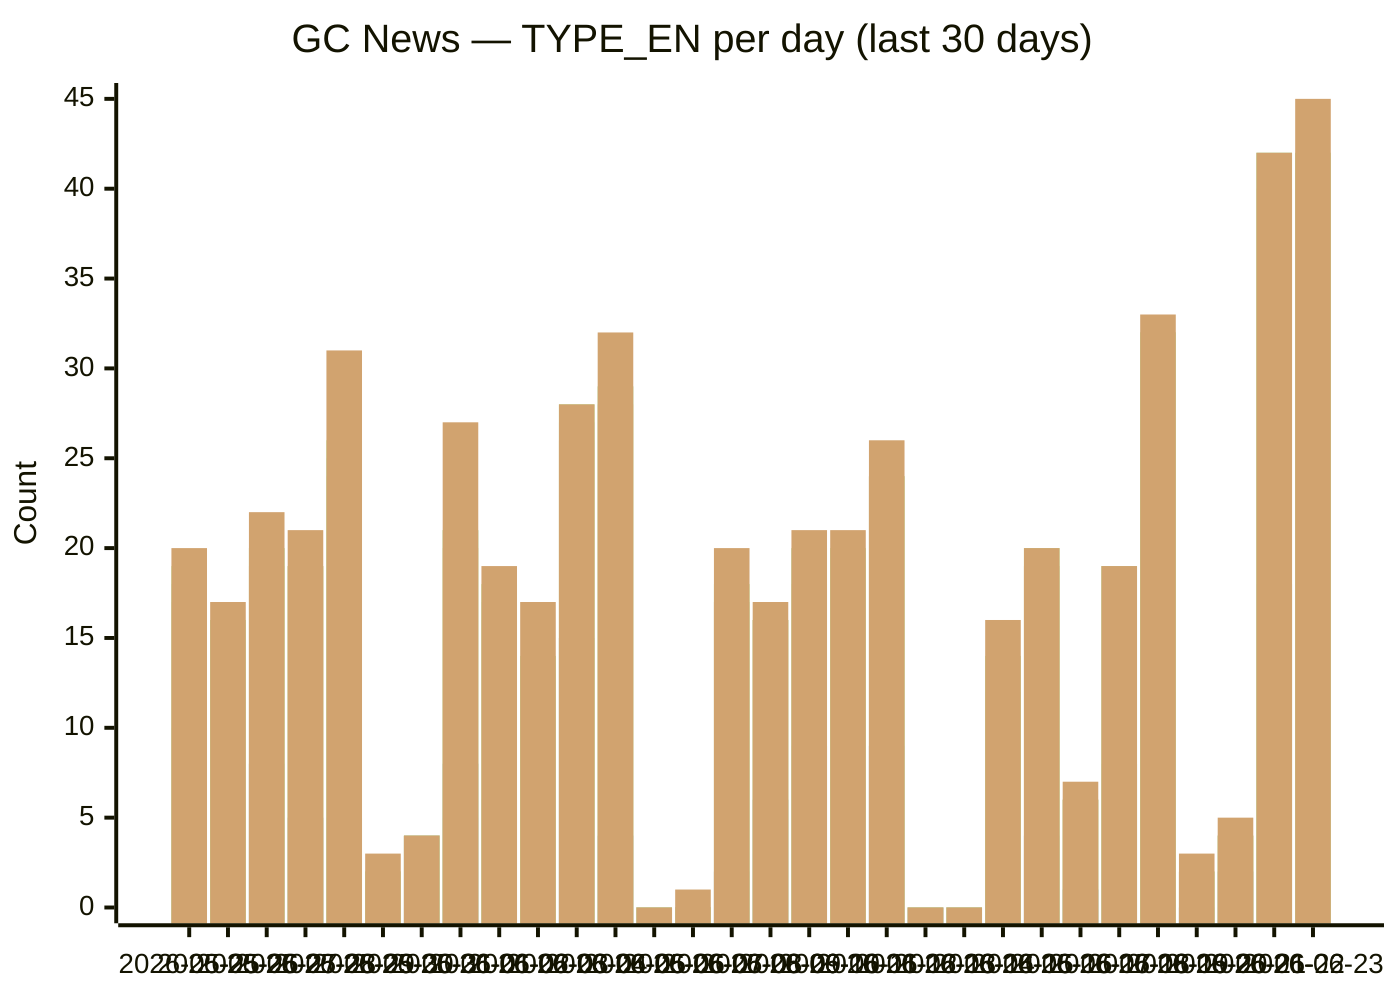
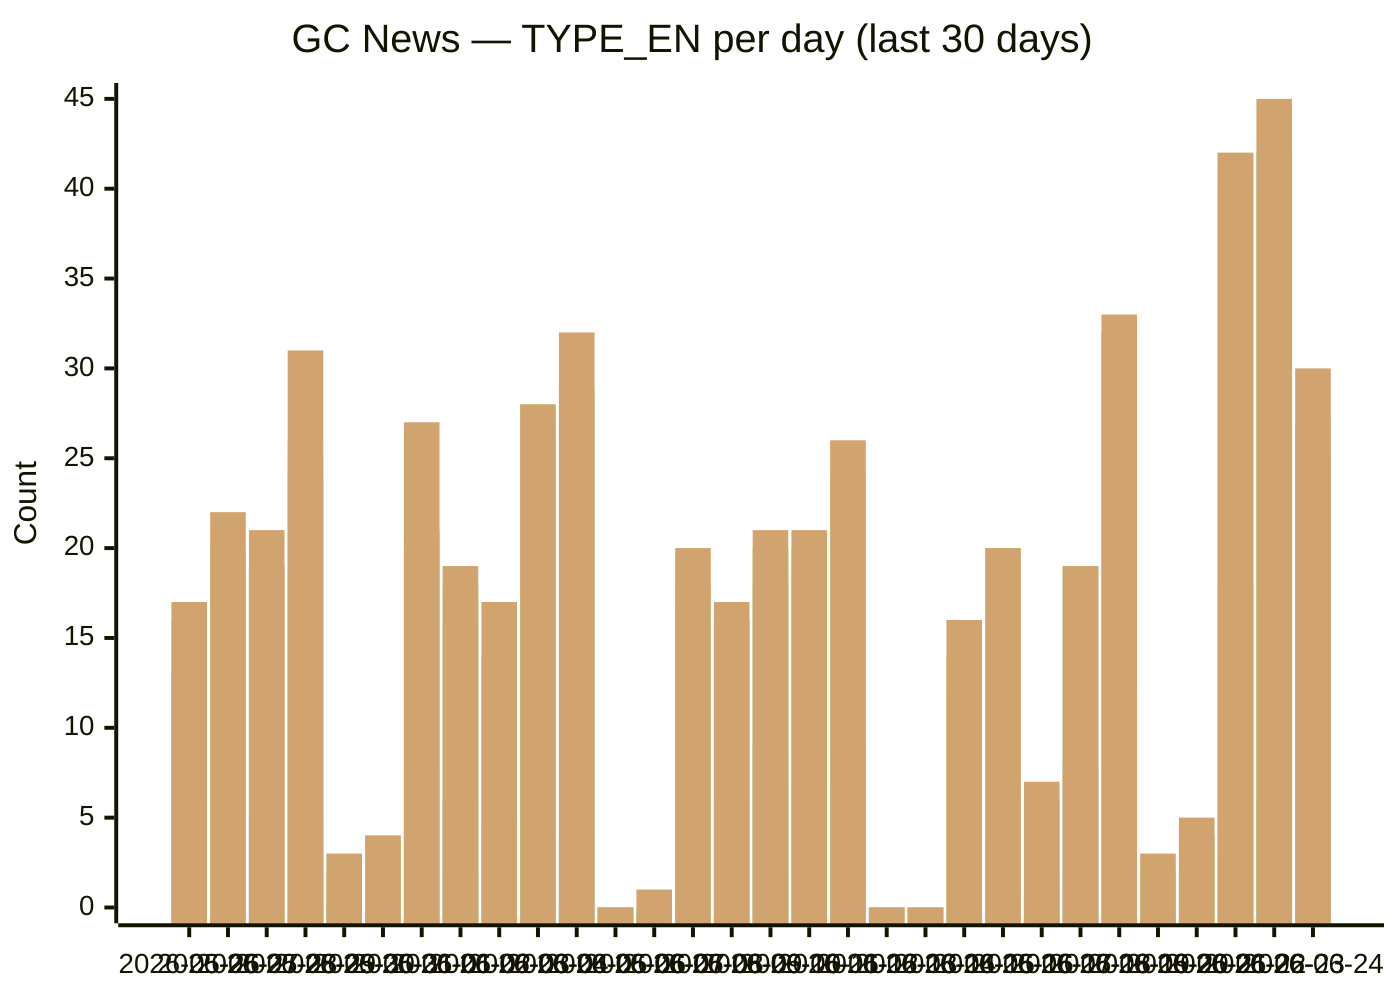
xychart-beta
  title "GC News — TYPE_EN per day (last 30 days)"
-   x-axis [2026-05-25, 2026-05-26, 2026-05-27, 2026-05-28, 2026-05-29, 2026-05-30, 2026-05-31, 2026-06-01, 2026-06-02, 2026-06-03, 2026-06-04, 2026-06-05, 2026-06-06, 2026-06-07, 2026-06-08, 2026-06-09, 2026-06-10, 2026-06-11, 2026-06-12, 2026-06-13, 2026-06-14, 2026-06-15, 2026-06-16, 2026-06-17, 2026-06-18, 2026-06-19, 2026-06-20, 2026-06-21, 2026-06-22, 2026-06-23]
+   x-axis [2026-05-26, 2026-05-27, 2026-05-28, 2026-05-29, 2026-05-30, 2026-05-31, 2026-06-01, 2026-06-02, 2026-06-03, 2026-06-04, 2026-06-05, 2026-06-06, 2026-06-07, 2026-06-08, 2026-06-09, 2026-06-10, 2026-06-11, 2026-06-12, 2026-06-13, 2026-06-14, 2026-06-15, 2026-06-16, 2026-06-17, 2026-06-18, 2026-06-19, 2026-06-20, 2026-06-21, 2026-06-22, 2026-06-23, 2026-06-24]
  y-axis "Count" 0 --> 45
-   bar backgrounders [6, 1, 4, 1, 1, 0, 0, 5, 2, 2, 2, 0, 0, 0, 0, 3, 2, 0, 3, 0, 0, 2, 3, 1, 2, 2, 0, 0, 3, 6]
-   bar "media advisories" [10, 6, 8, 5, 5, 0, 4, 8, 6, 5, 15, 4, 0, 0, 2, 6, 9, 7, 9, 0, 0, 5, 4, 1, 8, 12, 0, 2, 18, 17]
-   bar "news releases" [17, 13, 19, 19, 24, 2, 4, 20, 16, 13, 26, 28, 0, 0, 17, 16, 18, 19, 24, 0, 0, 12, 19, 6, 19, 32, 2, 4, 40, 40]
-   bar readouts [18, 16, 20, 19, 25, 2, 4, 21, 17, 14, 27, 29, 0, 0, 17, 16, 20, 20, 24, 0, 0, 12, 19, 6, 19, 32, 2, 4, 42, 42]
-   bar speeches [19, 16, 20, 19, 26, 2, 4, 21, 18, 14, 28, 29, 0, 0, 18, 16, 20, 20, 24, 0, 0, 14, 20, 6, 19, 32, 2, 4, 42, 42]
-   bar statements [20, 17, 22, 21, 31, 3, 4, 27, 19, 17, 28, 32, 0, 1, 20, 17, 21, 21, 26, 0, 0, 16, 20, 7, 19, 33, 3, 5, 42, 45]
+   bar backgrounders [1, 4, 1, 1, 0, 0, 5, 2, 2, 2, 0, 0, 0, 0, 3, 2, 0, 3, 0, 0, 2, 3, 1, 2, 2, 0, 0, 3, 6, 2]
+   bar "media advisories" [6, 8, 5, 5, 0, 4, 8, 6, 5, 15, 4, 0, 0, 2, 6, 9, 7, 9, 0, 0, 5, 4, 1, 8, 12, 0, 2, 18, 17, 9]
+   bar "news releases" [13, 19, 19, 24, 2, 4, 20, 16, 13, 26, 28, 0, 0, 17, 16, 18, 19, 24, 0, 0, 12, 19, 6, 19, 32, 2, 4, 40, 40, 25]
+   bar readouts [16, 20, 19, 25, 2, 4, 21, 17, 14, 27, 29, 0, 0, 17, 16, 20, 20, 24, 0, 0, 12, 19, 6, 19, 32, 2, 4, 42, 42, 26]
+   bar speeches [16, 20, 19, 26, 2, 4, 21, 18, 14, 28, 29, 0, 0, 18, 16, 20, 20, 24, 0, 0, 14, 20, 6, 19, 32, 2, 4, 42, 42, 27]
+   bar statements [17, 22, 21, 31, 3, 4, 27, 19, 17, 28, 32, 0, 1, 20, 17, 21, 21, 26, 0, 0, 16, 20, 7, 19, 33, 3, 5, 42, 45, 30]
